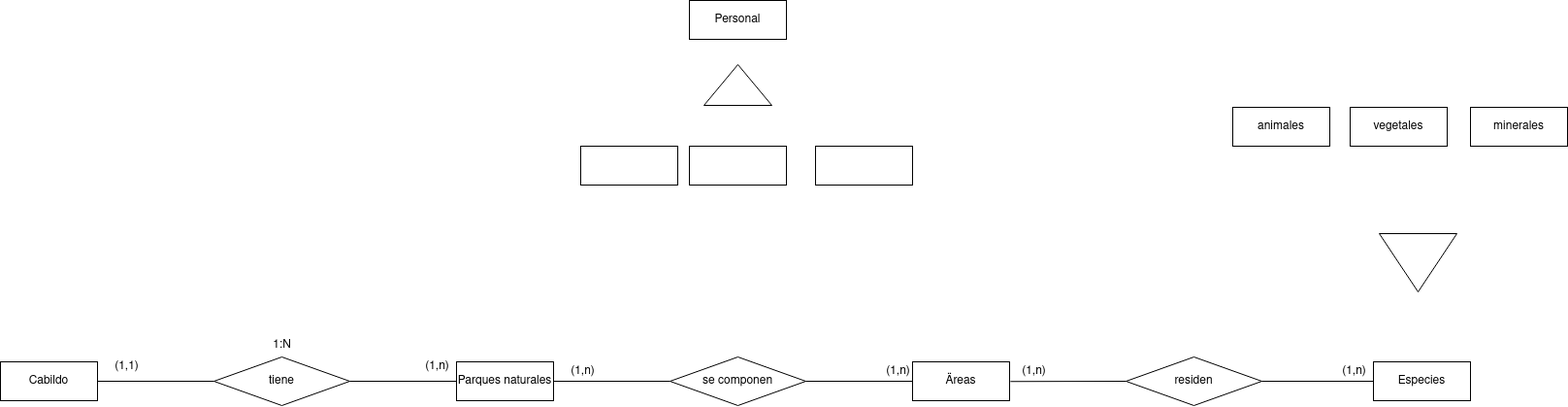
Above: Ejercicios/tarea2/tarea_E/diagramaFinal.png in adogonz23/BAE (draw.io), before the change. Source tidied: cells renumbered, new cells last; positions are measured from the earlier drawing's top-left corner, leaving out a move shared by most shapes. Source of this version:
```xml
<mxGraphModel background="#ffffff">
  <root>
    <mxCell id="0" />
    <mxCell id="1" parent="0" />
    <mxCell id="2" value="Cabildo" style="rounded=0;whiteSpace=wrap;html=1;" parent="1" vertex="1">
      <mxGeometry y="372" width="100" height="40" as="geometry" />
    </mxCell>
    <mxCell id="3" value="Parques naturales" style="rounded=0;whiteSpace=wrap;html=1;" parent="1" vertex="1">
      <mxGeometry x="470" y="372" width="100" height="40" as="geometry" />
    </mxCell>
    <mxCell id="4" value="tiene" style="rhombus;whiteSpace=wrap;html=1;" parent="1" vertex="1">
      <mxGeometry x="220" y="367" width="140" height="50" as="geometry" />
    </mxCell>
    <mxCell id="5" style="endArrow=none;html=1;rounded=0;entryX=1;entryY=0.5;entryDx=0;entryDy=0;exitX=0;exitY=0.5;exitDx=0;exitDy=0;" parent="1" edge="1" source="4" target="2">
      <mxGeometry relative="1" as="geometry" />
    </mxCell>
    <mxCell id="6" style="endArrow=none;html=1;rounded=0;entryX=0;entryY=0.5;entryDx=0;entryDy=0;exitX=1;exitY=0.5;exitDx=0;exitDy=0;" parent="1" edge="1" source="4" target="3">
      <mxGeometry relative="1" as="geometry" />
    </mxCell>
    <mxCell id="7" value="(1,n)" style="text;html=1;align=center;verticalAlign=middle;strokeColor=none;fillColor=none;" parent="1" vertex="1">
      <mxGeometry x="425" y="362" width="50" height="30" as="geometry" />
    </mxCell>
    <mxCell id="8" value="(1,1)" style="text;html=1;align=center;verticalAlign=middle;strokeColor=none;fillColor=none;" parent="1" vertex="1">
      <mxGeometry x="105" y="362" width="50" height="30" as="geometry" />
    </mxCell>
    <mxCell id="9" value="1:N" style="text;html=1;align=center;verticalAlign=middle;strokeColor=none;fillColor=none;" parent="1" vertex="1">
      <mxGeometry x="270" y="340" width="40" height="30" as="geometry" />
    </mxCell>
    <mxCell id="10" value="Äreas" style="rounded=0;whiteSpace=wrap;html=1;" parent="1" vertex="1">
      <mxGeometry x="940" y="372" width="100" height="40" as="geometry" />
    </mxCell>
    <mxCell id="11" value="se componen" style="rhombus;whiteSpace=wrap;html=1;" parent="1" vertex="1">
      <mxGeometry x="690" y="367" width="140" height="50" as="geometry" />
    </mxCell>
    <mxCell id="12" style="endArrow=none;html=1;rounded=0;entryX=1;entryY=0.5;entryDx=0;entryDy=0;exitX=0;exitY=0.5;exitDx=0;exitDy=0;" parent="1" edge="1" source="11">
      <mxGeometry relative="1" as="geometry">
        <mxPoint x="570" y="392" as="targetPoint" />
      </mxGeometry>
    </mxCell>
    <mxCell id="13" style="endArrow=none;html=1;rounded=0;entryX=0;entryY=0.5;entryDx=0;entryDy=0;exitX=1;exitY=0.5;exitDx=0;exitDy=0;" parent="1" edge="1" source="11" target="10">
      <mxGeometry relative="1" as="geometry" />
    </mxCell>
    <mxCell id="14" value="(1,n)" style="text;html=1;align=center;verticalAlign=middle;strokeColor=none;fillColor=none;" parent="1" vertex="1">
      <mxGeometry x="900" y="367" width="50" height="30" as="geometry" />
    </mxCell>
    <mxCell id="15" value="(1,n)" style="text;html=1;align=center;verticalAlign=middle;strokeColor=none;fillColor=none;" parent="1" vertex="1">
      <mxGeometry x="575" y="367" width="50" height="30" as="geometry" />
    </mxCell>
    <mxCell id="16" value="Especies" style="rounded=0;whiteSpace=wrap;html=1;" parent="1" vertex="1">
      <mxGeometry x="1415" y="372" width="100" height="40" as="geometry" />
    </mxCell>
    <mxCell id="17" value="residen" style="rhombus;whiteSpace=wrap;html=1;" parent="1" vertex="1">
      <mxGeometry x="1160" y="367" width="140" height="50" as="geometry" />
    </mxCell>
    <mxCell id="18" style="endArrow=none;html=1;rounded=0;entryX=0.018;entryY=0.842;entryDx=0;entryDy=0;exitX=0;exitY=0.5;exitDx=0;exitDy=0;entryPerimeter=0;" parent="1" edge="1" source="17" target="21">
      <mxGeometry relative="1" as="geometry" />
    </mxCell>
    <mxCell id="19" style="endArrow=none;html=1;rounded=0;entryX=0;entryY=0.5;entryDx=0;entryDy=0;exitX=1;exitY=0.5;exitDx=0;exitDy=0;" parent="1" edge="1" source="17" target="16">
      <mxGeometry relative="1" as="geometry" />
    </mxCell>
    <mxCell id="20" value="(1,n)" style="text;html=1;align=center;verticalAlign=middle;strokeColor=none;fillColor=none;" parent="1" vertex="1">
      <mxGeometry x="1370" y="367" width="50" height="30" as="geometry" />
    </mxCell>
    <mxCell id="21" value="(1,n)" style="text;html=1;align=center;verticalAlign=middle;points=[];strokeColor=none;fillColor=none;" parent="1" vertex="1">
      <mxGeometry x="1040" y="367" width="50" height="30" as="geometry" />
    </mxCell>
    <mxCell id="22" style="triangle;whiteSpace=wrap;html=1;rotation=90;" parent="1" vertex="1">
      <mxGeometry x="1431" y="230" width="60" height="80" as="geometry" />
    </mxCell>
    <mxCell id="23" value="animales" style="rounded=0;whiteSpace=wrap;html=1;" parent="1" vertex="1">
      <mxGeometry x="1270" y="110" width="100" height="40" as="geometry" />
    </mxCell>
    <mxCell id="24" value="minerales" style="rounded=0;whiteSpace=wrap;html=1;" parent="1" vertex="1">
      <mxGeometry x="1515" y="110" width="100" height="40" as="geometry" />
    </mxCell>
    <mxCell id="25" value="vegetales" style="rounded=0;whiteSpace=wrap;html=1;" parent="1" vertex="1">
      <mxGeometry x="1391" y="110" width="100" height="40" as="geometry" />
    </mxCell>
    <mxCell id="26" value="Personal" style="rounded=0;whiteSpace=wrap;html=1;" parent="1" vertex="1">
      <mxGeometry x="710" width="100" height="40" as="geometry" />
    </mxCell>
    <mxCell id="27" style="triangle;whiteSpace=wrap;html=1;rotation=-90;" parent="1" vertex="1">
      <mxGeometry x="739" y="52" width="42" height="70" as="geometry" />
    </mxCell>
    <mxCell id="28" style="rounded=0;whiteSpace=wrap;html=1;" parent="1" vertex="1">
      <mxGeometry x="710" y="150" width="100" height="40" as="geometry" />
    </mxCell>
    <mxCell id="29" style="rounded=0;whiteSpace=wrap;html=1;" parent="1" vertex="1">
      <mxGeometry x="598" y="150" width="100" height="40" as="geometry" />
    </mxCell>
    <mxCell id="30" style="rounded=0;whiteSpace=wrap;html=1;" parent="1" vertex="1">
      <mxGeometry x="840" y="150" width="100" height="40" as="geometry" />
    </mxCell>
  </root>
</mxGraphModel>
```
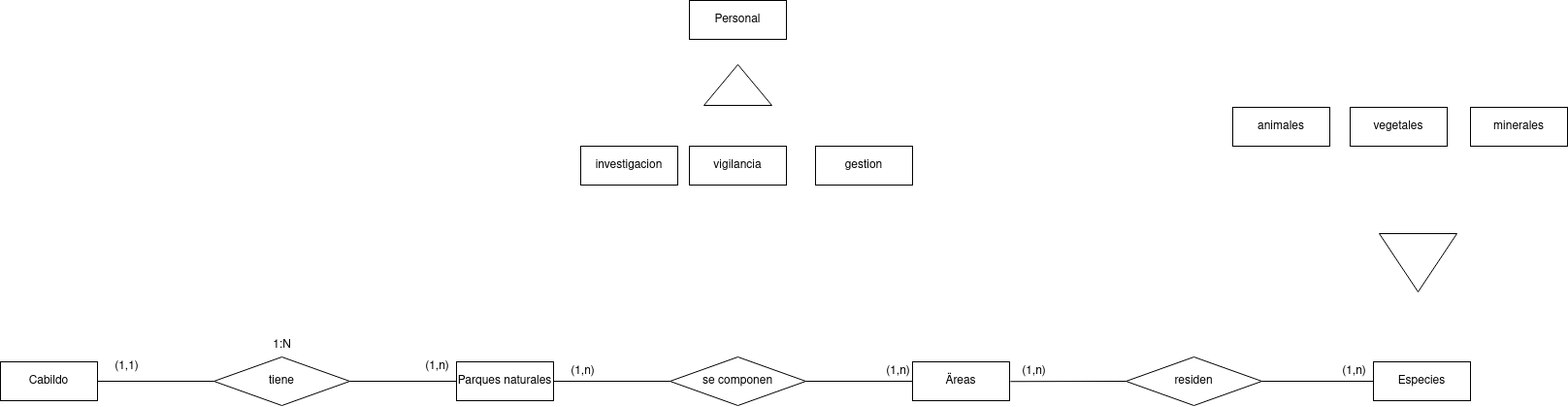
After the change.

Change to the diagram source:
```diff
@@ -82,13 +82,13 @@
     <mxCell id="27" style="triangle;whiteSpace=wrap;html=1;rotation=-90;" parent="1" vertex="1">
       <mxGeometry x="739" y="52" width="42" height="70" as="geometry" />
     </mxCell>
-    <mxCell id="28" style="rounded=0;whiteSpace=wrap;html=1;" parent="1" vertex="1">
+    <mxCell id="28" value="vigilancia" style="rounded=0;whiteSpace=wrap;html=1;" parent="1" vertex="1">
       <mxGeometry x="710" y="150" width="100" height="40" as="geometry" />
     </mxCell>
-    <mxCell id="29" style="rounded=0;whiteSpace=wrap;html=1;" parent="1" vertex="1">
+    <mxCell id="29" value="investigacion" style="rounded=0;whiteSpace=wrap;html=1;" parent="1" vertex="1">
       <mxGeometry x="598" y="150" width="100" height="40" as="geometry" />
     </mxCell>
-    <mxCell id="30" style="rounded=0;whiteSpace=wrap;html=1;" parent="1" vertex="1">
+    <mxCell id="30" value="gestion " style="rounded=0;whiteSpace=wrap;html=1;" parent="1" vertex="1">
       <mxGeometry x="840" y="150" width="100" height="40" as="geometry" />
     </mxCell>
   </root>
```
